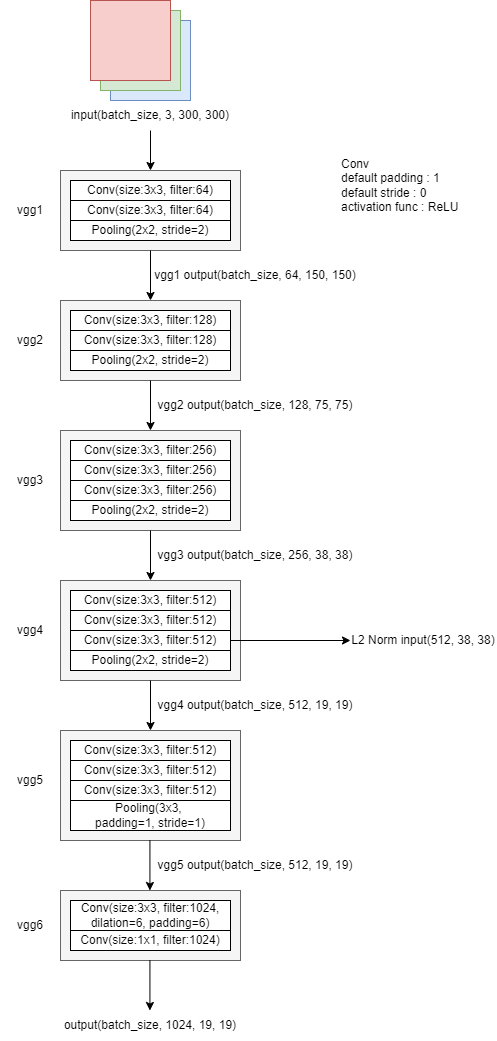
The draw.io diagram ObjectDetection/SSD/readme_contents/ssd_vgg.png in chama0623/ImageProcessing, before a commit. Source tidied: cells renumbered, new cells last; positions are measured from the earlier drawing's top-left corner, leaving out a move shared by most shapes.
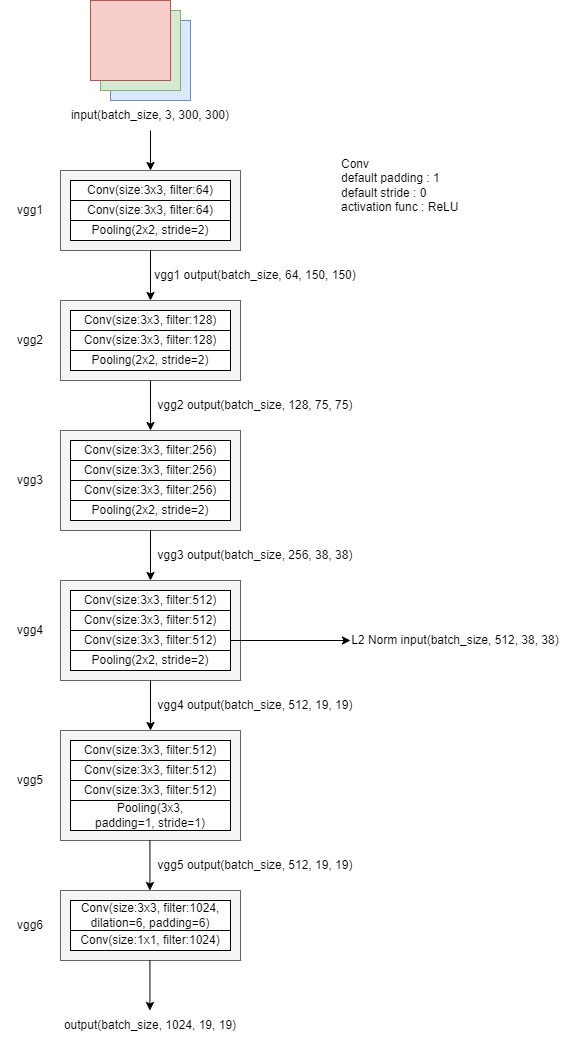
Later version of the same file.

Diff of the diagram source:
```diff
@@ -101,8 +101,8 @@
     <mxCell id="34" style="endArrow=classic;html=1;rounded=0;exitX=1;exitY=0.5;exitDx=0;exitDy=0;entryX=0;entryY=0.5;entryDx=0;entryDy=0;" parent="1" edge="1" source="52" target="35">
       <mxGeometry relative="1" as="geometry" />
     </mxCell>
-    <mxCell id="35" value="L2 Norm input(512, 38, 38)" style="text;html=1;strokeColor=none;fillColor=none;align=center;verticalAlign=middle;whiteSpace=wrap;rounded=0;" parent="1" vertex="1">
-      <mxGeometry x="350" y="625" width="146" height="30" as="geometry" />
+    <mxCell id="35" value="L2 Norm input(batch_size, 512, 38, 38)" style="text;html=1;strokeColor=none;fillColor=none;align=center;verticalAlign=middle;whiteSpace=wrap;rounded=0;" parent="1" vertex="1">
+      <mxGeometry x="350" y="625" width="210" height="30" as="geometry" />
     </mxCell>
     <mxCell id="36" value="vgg5" style="text;html=1;strokeColor=none;fillColor=none;align=center;verticalAlign=middle;whiteSpace=wrap;rounded=0;" parent="1" vertex="1">
       <mxGeometry y="765" width="60" height="30" as="geometry" />
```
